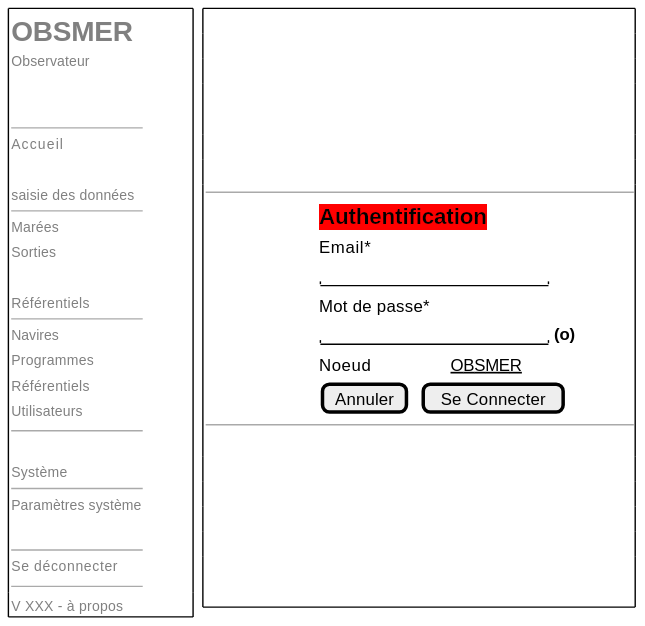
This is projects/obsmer/spe/images/main-login-connect-out-next.svg from sumaris-net/sumaris-doc, a PlantUML export, as it was before one commit. Its diagram source:
```plantuml
@startsalt
{
  {+
   {
       <b><font color=grey size=20>OBSMER    | . | . | . | . | . | . | .
       <font color=grey size=10>Observateur
       .
       .
       --
       <font color=grey size=10>Accueil    | .
       .
       <font color=grey size=10>saisie des données
       --
       <font color=grey size=10>Marées        | .
       <font color=grey size=10>Sorties        | .
       .
       <font color=grey size=10>Référentiels
       --
       <font color=grey size=10>Navires       | .
       <font color=grey size=10>Programmes        | .
       <font color=grey size=10>Référentiels        | .
       <font color=grey size=10>Utilisateurs        | .
       --
       .
       <font color=grey size=10>Système
       --
       <font color=grey size=10>Paramètres système       | .
       .

       --
       <font color=grey size=10>Se déconnecter       | .
       --
   }

   {
      <font color=grey size=10>V XXX - à propos
   }
  } | . | {+
    .
    .
    .
    .
    .
    .
    .
    { ---------------
    { | . | . | . | . | . | . | . | . | . | . | . | . | . | . | . | . |  <back:red><font color=black><size:16><b>Authentification  | . | . | . | . | . | . | . | . |}
    { | . | . | . | . | . | . | . | . | . | . | . | . | . | . | . | . |  Email*  }
    { | . | . | . | . | . | . | . | . | . | . | . | . | . | . | . | . |  "                    "  | . | . | . | . | . | . | . | . |}
    { | . | . | . | . | . | . | . | . | . | . | . | . | . | . | . | . |  Mot de passe*  }
    { | . | . | . | . | . | . | . | . | . | . | . | . | . | . | . | . |  "                    "  | <b>(o) | . | . | . | . | . | . | . | . |}
    { | . | . | . | . | . | . | . | . | . | . | . | . | . | . | . | . |  Noeud | . | . | . | . | . | . | . | . | . | . | . |<u>OBSMER| . | . | . | . | . | . | . | . |}
    { | . | . | . | . | . | . | . | . | . | . | . | . | . | . | . | . |   [Annuler]  | .| [Se Connecter] | . | . | . | . | . | . | . | . |}
    ---------------
    }
    .
    .
    .
    .
    .
    .
    .
    }
 }
  -- | -- | --

}
@endsalt
```
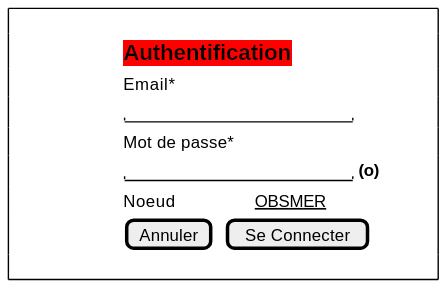
Later version of the same file.

What changed in the source:
```diff
@@ -1,49 +1,7 @@
 @startsalt
 {
-  {+
-   {
-       <b><font color=grey size=20>OBSMER    | . | . | . | . | . | . | .
-       <font color=grey size=10>Observateur
-       .
-       .
-       --
-       <font color=grey size=10>Accueil    | .
-       .
-       <font color=grey size=10>saisie des données
-       --
-       <font color=grey size=10>Marées        | .
-       <font color=grey size=10>Sorties        | .
-       .
-       <font color=grey size=10>Référentiels
-       --
-       <font color=grey size=10>Navires       | .
-       <font color=grey size=10>Programmes        | .
-       <font color=grey size=10>Référentiels        | .
-       <font color=grey size=10>Utilisateurs        | .
-       --
-       .
-       <font color=grey size=10>Système
-       --
-       <font color=grey size=10>Paramètres système       | .
-       .
-
-       --
-       <font color=grey size=10>Se déconnecter       | .
-       --
-   }
-
-   {
-      <font color=grey size=10>V XXX - à propos
-   }
-  } | . | {+
+{+
     .
-    .
-    .
-    .
-    .
-    .
-    .
-    { ---------------
     { | . | . | . | . | . | . | . | . | . | . | . | . | . | . | . | . |  <back:red><font color=black><size:16><b>Authentification  | . | . | . | . | . | . | . | . |}
     { | . | . | . | . | . | . | . | . | . | . | . | . | . | . | . | . |  Email*  }
     { | . | . | . | . | . | . | . | . | . | . | . | . | . | . | . | . |  "                    "  | . | . | . | . | . | . | . | . |}
@@ -51,18 +9,7 @@
     { | . | . | . | . | . | . | . | . | . | . | . | . | . | . | . | . |  "                    "  | <b>(o) | . | . | . | . | . | . | . | . |}
     { | . | . | . | . | . | . | . | . | . | . | . | . | . | . | . | . |  Noeud | . | . | . | . | . | . | . | . | . | . | . |<u>OBSMER| . | . | . | . | . | . | . | . |}
     { | . | . | . | . | . | . | . | . | . | . | . | . | . | . | . | . |   [Annuler]  | .| [Se Connecter] | . | . | . | . | . | . | . | . |}
-    ---------------
-    }
     .
-    .
-    .
-    .
-    .
-    .
-    .
-    }
  }
-  -- | -- | --
-
 }
 @endsalt
```
